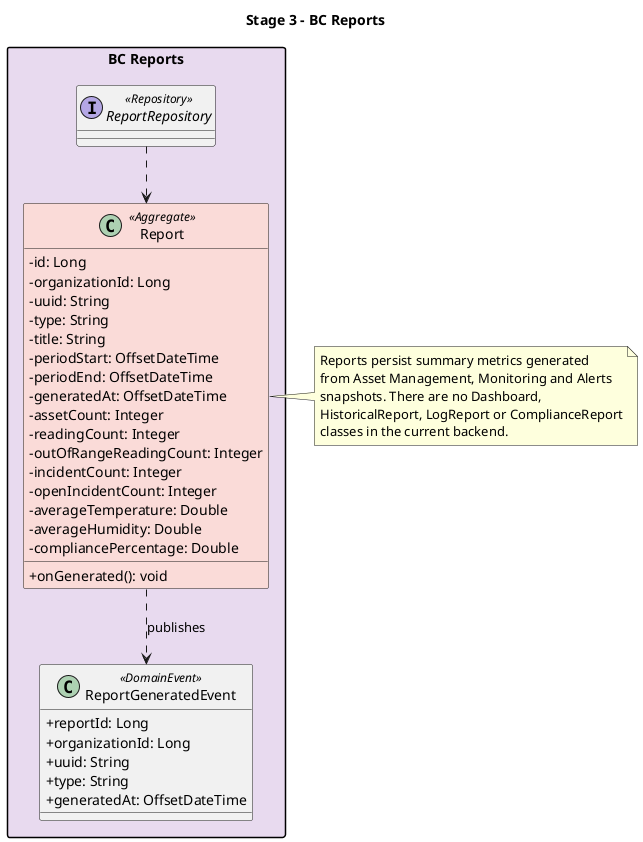
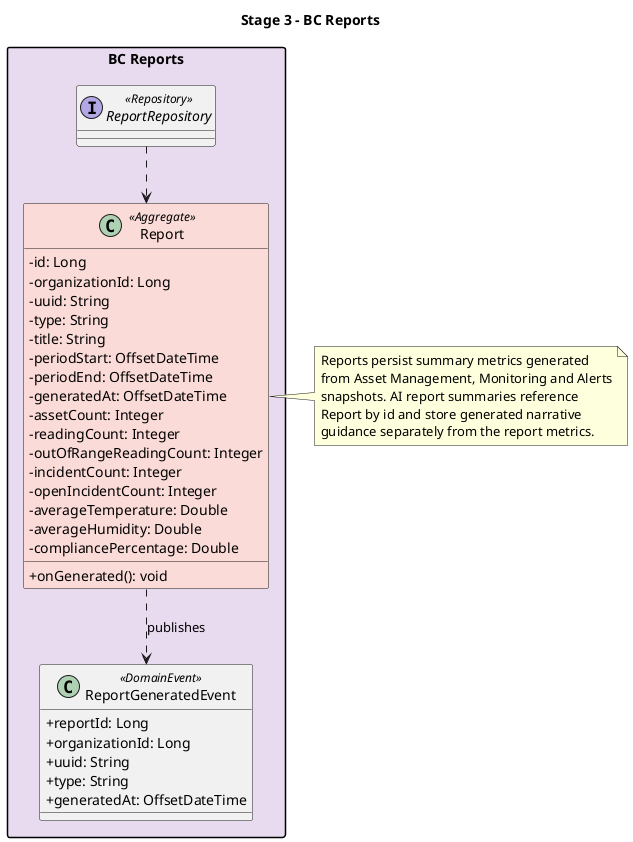
@startuml

title Stage 3 - BC Reports

skinparam classAttributeIconSize 0
skinparam nodesep 45
skinparam ranksep 55
skinparam packageStyle rectangle
skinparam shadowing false

package "BC Reports" #E8DAEF {

  class Report <<Aggregate>> #FADBD8 {
    - id: Long
    - organizationId: Long
    - uuid: String
    - type: String
    - title: String
    - periodStart: OffsetDateTime
    - periodEnd: OffsetDateTime
    - generatedAt: OffsetDateTime
    - assetCount: Integer
    - readingCount: Integer
    - outOfRangeReadingCount: Integer
    - incidentCount: Integer
    - openIncidentCount: Integer
    - averageTemperature: Double
    - averageHumidity: Double
    - compliancePercentage: Double
    + onGenerated(): void
  }

  class ReportGeneratedEvent <<DomainEvent>> {
    + reportId: Long
    + organizationId: Long
    + uuid: String
    + type: String
    + generatedAt: OffsetDateTime
  }

  interface ReportRepository <<Repository>>

  ReportRepository ..> Report
  Report ..> ReportGeneratedEvent : publishes
}

note right of Report
  Reports persist summary metrics generated
  from Asset Management, Monitoring and Alerts
-   snapshots. There are no Dashboard,
-   HistoricalReport, LogReport or ComplianceReport
-   classes in the current backend.
+   snapshots. AI report summaries reference
+   Report by id and store generated narrative
+   guidance separately from the report metrics.
end note

@enduml
